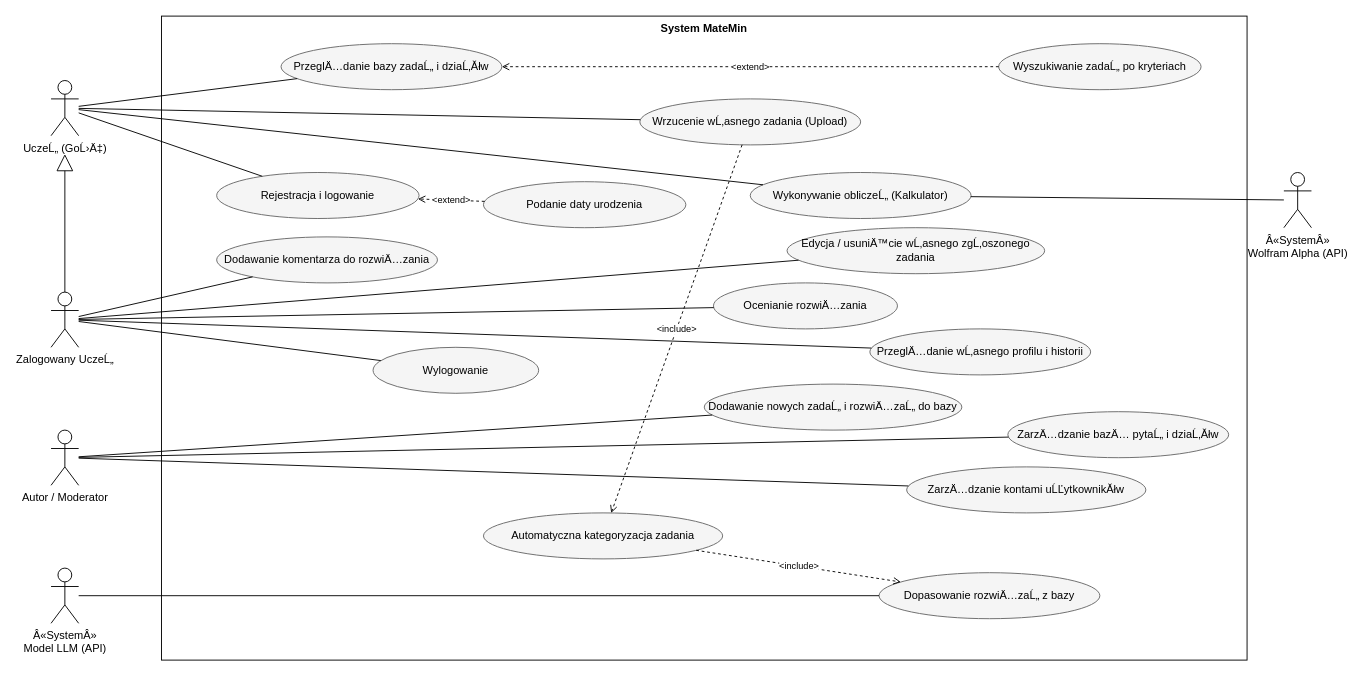
Pluciarz/matemin keeps this draw.io diagram as docs/diagrams/use-case-diagram.drawio. Above is the earlier version. Source tidied: cells renumbered, new cells numbered last; positions are measured from the earlier drawing's top-left corner, leaving out a move shared by most shapes. Both pictures are drawn from the tidied source at 92%, with x=0, y=0 at pixel (51, 16).
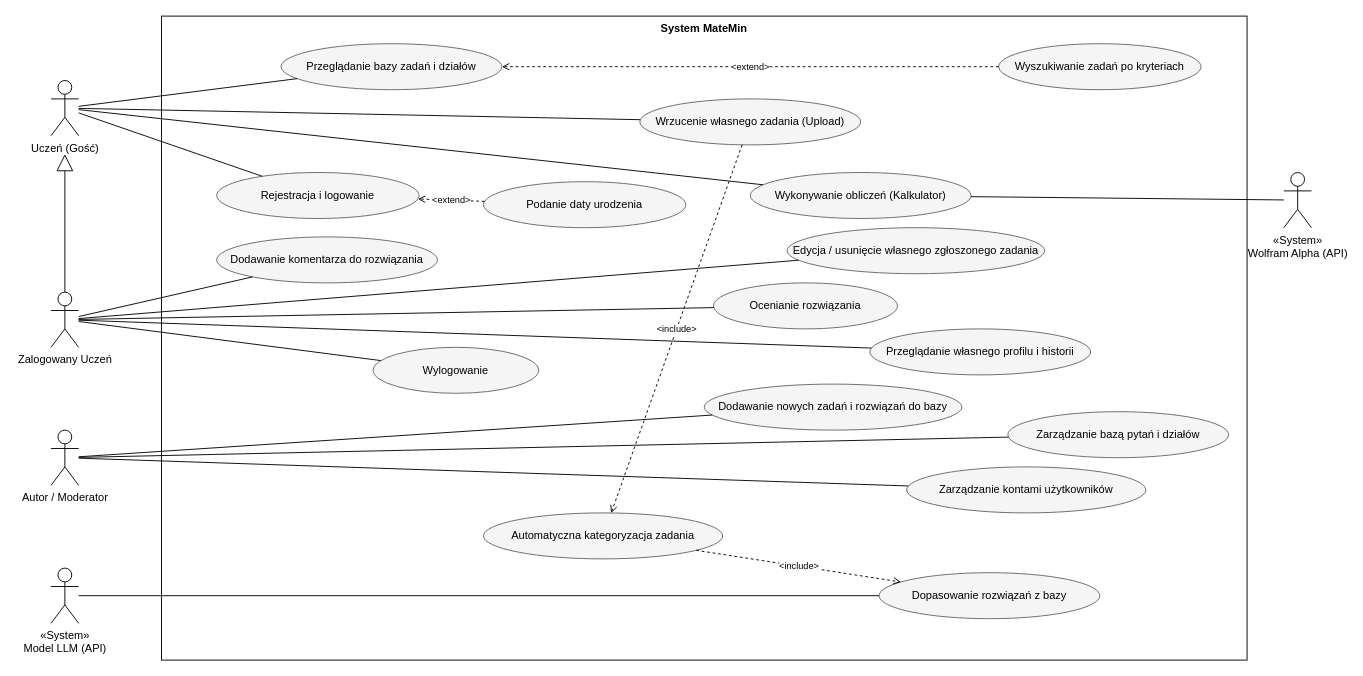
The same diagram, later.

Diff of the diagram source:
```diff
@@
-    <mxCell id="3" value="UczeĹ„ (GoĹ›Ä‡)" style="shape=umlActor;verticalLabelPosition=bottom;verticalAlign=top;html=1;outlineConnect=0;" parent="1" vertex="1">
+    <mxCell id="3" value="Uczeń (Gość)" style="shape=umlActor;verticalLabelPosition=bottom;verticalAlign=top;html=1;outlineConnect=0;" parent="1" vertex="1">
       <mxGeometry y="70" width="30" height="60" as="geometry" />
     </mxCell>
-    <mxCell id="4" value="Zalogowany UczeĹ„" style="shape=umlActor;verticalLabelPosition=bottom;verticalAlign=top;html=1;outlineConnect=0;" parent="1" vertex="1">
+    <mxCell id="4" value="Zalogowany Uczeń" style="shape=umlActor;verticalLabelPosition=bottom;verticalAlign=top;html=1;outlineConnect=0;" parent="1" vertex="1">
       <mxGeometry y="300" width="30" height="60" as="geometry" />
     </mxCell>
@@
-    <mxCell id="6" value="Â«SystemÂ»&#10;Model LLM (API)" style="shape=umlActor;verticalLabelPosition=bottom;verticalAlign=top;html=1;outlineConnect=0;" parent="1" vertex="1">
+    <mxCell id="6" value="«System»&#10;Model LLM (API)" style="shape=umlActor;verticalLabelPosition=bottom;verticalAlign=top;html=1;outlineConnect=0;" parent="1" vertex="1">
       <mxGeometry y="600" width="30" height="60" as="geometry" />
     </mxCell>
-    <mxCell id="7" value="Â«SystemÂ»&#10;Wolfram Alpha (API)" style="shape=umlActor;verticalLabelPosition=bottom;verticalAlign=top;html=1;outlineConnect=0;" parent="1" vertex="1">
+    <mxCell id="7" value="«System»&#10;Wolfram Alpha (API)" style="shape=umlActor;verticalLabelPosition=bottom;verticalAlign=top;html=1;outlineConnect=0;" parent="1" vertex="1">
       <mxGeometry x="1340" y="170" width="30" height="60" as="geometry" />
     </mxCell>
-    <mxCell id="8" value="PrzeglÄ…danie bazy zadaĹ„ i dziaĹ‚Ăłw" style="ellipse;whiteSpace=wrap;html=1;fillColor=#f5f5f5;strokeColor=#666666;" parent="1" vertex="1">
+    <mxCell id="8" value="Przeglądanie bazy zadań i działów" style="ellipse;whiteSpace=wrap;html=1;fillColor=#f5f5f5;strokeColor=#666666;" parent="1" vertex="1">
       <mxGeometry x="250" y="30" width="240" height="50" as="geometry" />
     </mxCell>
-    <mxCell id="9" value="Wyszukiwanie zadaĹ„ po kryteriach" style="ellipse;whiteSpace=wrap;html=1;fillColor=#f5f5f5;strokeColor=#666666;" parent="1" vertex="1">
+    <mxCell id="9" value="Wyszukiwanie zadań po kryteriach" style="ellipse;whiteSpace=wrap;html=1;fillColor=#f5f5f5;strokeColor=#666666;" parent="1" vertex="1">
       <mxGeometry x="1030" y="30" width="220" height="50" as="geometry" />
     </mxCell>
-    <mxCell id="10" value="Wrzucenie wĹ‚asnego zadania (Upload)" style="ellipse;whiteSpace=wrap;html=1;fillColor=#f5f5f5;strokeColor=#666666;" parent="1" vertex="1">
+    <mxCell id="10" value="Wrzucenie własnego zadania (Upload)" style="ellipse;whiteSpace=wrap;html=1;fillColor=#f5f5f5;strokeColor=#666666;" parent="1" vertex="1">
       <mxGeometry x="640" y="90" width="240" height="50" as="geometry" />
     </mxCell>
@@
-    <mxCell id="12" value="Wykonywanie obliczeĹ„ (Kalkulator)" style="ellipse;whiteSpace=wrap;html=1;fillColor=#f5f5f5;strokeColor=#666666;" parent="1" vertex="1">
+    <mxCell id="12" value="Wykonywanie obliczeń (Kalkulator)" style="ellipse;whiteSpace=wrap;html=1;fillColor=#f5f5f5;strokeColor=#666666;" parent="1" vertex="1">
       <mxGeometry x="760" y="170" width="240" height="50" as="geometry" />
     </mxCell>
@@
-    <mxCell id="14" value="Dodawanie komentarza do rozwiÄ…zania" style="ellipse;whiteSpace=wrap;html=1;fillColor=#f5f5f5;strokeColor=#666666;" parent="1" vertex="1">
+    <mxCell id="14" value="Dodawanie komentarza do rozwiązania" style="ellipse;whiteSpace=wrap;html=1;fillColor=#f5f5f5;strokeColor=#666666;" parent="1" vertex="1">
       <mxGeometry x="180" y="240" width="240" height="50" as="geometry" />
     </mxCell>
-    <mxCell id="15" value="Ocenianie rozwiÄ…zania" style="ellipse;whiteSpace=wrap;html=1;fillColor=#f5f5f5;strokeColor=#666666;" parent="1" vertex="1">
+    <mxCell id="15" value="Ocenianie rozwiązania" style="ellipse;whiteSpace=wrap;html=1;fillColor=#f5f5f5;strokeColor=#666666;" parent="1" vertex="1">
       <mxGeometry x="720" y="290" width="200" height="50" as="geometry" />
     </mxCell>
-    <mxCell id="16" value="Edycja / usuniÄ™cie wĹ‚asnego zgĹ‚oszonego zadania" style="ellipse;whiteSpace=wrap;html=1;fillColor=#f5f5f5;strokeColor=#666666;" parent="1" vertex="1">
+    <mxCell id="16" value="Edycja / usunięcie własnego zgłoszonego zadania" style="ellipse;whiteSpace=wrap;html=1;fillColor=#f5f5f5;strokeColor=#666666;" parent="1" vertex="1">
       <mxGeometry x="800" y="230" width="280" height="50" as="geometry" />
     </mxCell>
-    <mxCell id="17" value="PrzeglÄ…danie wĹ‚asnego profilu i historii" style="ellipse;whiteSpace=wrap;html=1;fillColor=#f5f5f5;strokeColor=#666666;" parent="1" vertex="1">
+    <mxCell id="17" value="Przeglądanie własnego profilu i historii" style="ellipse;whiteSpace=wrap;html=1;fillColor=#f5f5f5;strokeColor=#666666;" parent="1" vertex="1">
       <mxGeometry x="890" y="340" width="240" height="50" as="geometry" />
     </mxCell>
@@
-    <mxCell id="19" value="Dodawanie nowych zadaĹ„ i rozwiÄ…zaĹ„ do bazy" style="ellipse;whiteSpace=wrap;html=1;fillColor=#f5f5f5;strokeColor=#666666;" parent="1" vertex="1">
+    <mxCell id="19" value="Dodawanie nowych zadań i rozwiązań do bazy" style="ellipse;whiteSpace=wrap;html=1;fillColor=#f5f5f5;strokeColor=#666666;" parent="1" vertex="1">
       <mxGeometry x="710" y="400" width="280" height="50" as="geometry" />
     </mxCell>
-    <mxCell id="20" value="ZarzÄ…dzanie bazÄ… pytaĹ„ i dziaĹ‚Ăłw" style="ellipse;whiteSpace=wrap;html=1;fillColor=#f5f5f5;strokeColor=#666666;" parent="1" vertex="1">
+    <mxCell id="20" value="Zarządzanie bazą pytań i działów" style="ellipse;whiteSpace=wrap;html=1;fillColor=#f5f5f5;strokeColor=#666666;" parent="1" vertex="1">
       <mxGeometry x="1040" y="430" width="240" height="50" as="geometry" />
     </mxCell>
-    <mxCell id="21" value="ZarzÄ…dzanie kontami uĹĽytkownikĂłw" style="ellipse;whiteSpace=wrap;html=1;fillColor=#f5f5f5;strokeColor=#666666;" parent="1" vertex="1">
+    <mxCell id="21" value="Zarządzanie kontami użytkowników" style="ellipse;whiteSpace=wrap;html=1;fillColor=#f5f5f5;strokeColor=#666666;" parent="1" vertex="1">
       <mxGeometry x="930" y="490" width="260" height="50" as="geometry" />
     </mxCell>
@@
-    <mxCell id="23" value="Dopasowanie rozwiÄ…zaĹ„ z bazy" style="ellipse;whiteSpace=wrap;html=1;fillColor=#f5f5f5;strokeColor=#666666;" parent="1" vertex="1">
+    <mxCell id="23" value="Dopasowanie rozwiązań z bazy" style="ellipse;whiteSpace=wrap;html=1;fillColor=#f5f5f5;strokeColor=#666666;" parent="1" vertex="1">
       <mxGeometry x="900" y="605" width="240" height="50" as="geometry" />
     </mxCell>
```
